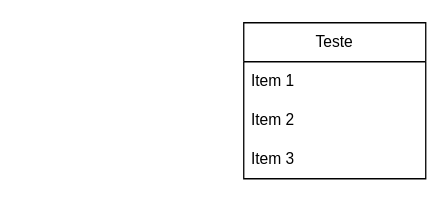
Earlier version of the draw.io diagram documentação/ideias/diagrama.drawio (Creath-Noite-A/Agendamento-Documentacao). Source tidied: cells renumbered, new cells numbered last; positions are measured from the earlier drawing's top-left corner, leaving out a move shared by most shapes. Both pictures are drawn from the tidied source at 130%, with x=0, y=0 at pixel (243, 22).
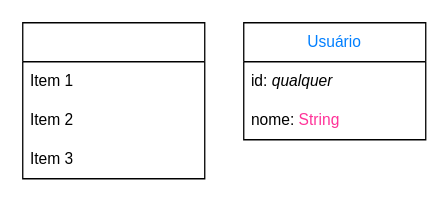
Above is the later version.

Diff of the diagram source:
```diff
@@
 <mxGraphModel>
   <root>
     <mxCell id="0" />
     <mxCell id="1" parent="0" />
-    <mxCell id="2" value="Teste" style="swimlane;fontStyle=0;horizontal=1;startSize=30;whiteSpace=wrap;html=1;" parent="1" vertex="1">
-      <mxGeometry width="140" height="120" as="geometry" />
+    <mxCell id="2" value="&lt;font color=&quot;#007fff&quot;&gt;Usuário&lt;/font&gt;" style="swimlane;fontStyle=0;horizontal=1;startSize=30;whiteSpace=wrap;html=1;" parent="1" vertex="1">
+      <mxGeometry width="140" height="90" as="geometry" />
     </mxCell>
-    <mxCell id="3" value="Item 1" style="text;strokeColor=none;fillColor=none;align=left;verticalAlign=middle;spacingLeft=4;spacingRight=4;overflow=hidden;whiteSpace=wrap;html=1;" parent="2" vertex="1">
+    <mxCell id="3" value="id: &lt;i&gt;qualquer&lt;/i&gt;" style="text;strokeColor=none;fillColor=none;align=left;verticalAlign=middle;spacingLeft=4;spacingRight=4;overflow=hidden;whiteSpace=wrap;html=1;" parent="2" vertex="1">
       <mxGeometry y="30" width="140" height="30" as="geometry" />
     </mxCell>
-    <mxCell id="4" value="Item 2" style="text;strokeColor=none;fillColor=none;align=left;verticalAlign=middle;spacingLeft=4;spacingRight=4;overflow=hidden;whiteSpace=wrap;html=1;" parent="2" vertex="1">
+    <mxCell id="4" value="nome: &lt;font color=&quot;#ff3399&quot;&gt;String&lt;/font&gt;" style="text;strokeColor=none;fillColor=none;align=left;verticalAlign=middle;spacingLeft=4;spacingRight=4;overflow=hidden;whiteSpace=wrap;html=1;" parent="2" vertex="1">
       <mxGeometry y="60" width="140" height="30" as="geometry" />
     </mxCell>
+    <mxCell id="6" style="swimlane;fontStyle=0;horizontal=1;startSize=30;whiteSpace=wrap;html=1;" parent="1" vertex="1">
+      <mxGeometry x="-170" width="140" height="120" as="geometry" />
+    </mxCell>
+    <mxCell id="7" value="Item 1" style="text;strokeColor=none;fillColor=none;align=left;verticalAlign=middle;spacingLeft=4;spacingRight=4;overflow=hidden;whiteSpace=wrap;html=1;" parent="6" vertex="1">
+      <mxGeometry y="30" width="140" height="30" as="geometry" />
+    </mxCell>
+    <mxCell id="8" value="Item 2" style="text;strokeColor=none;fillColor=none;align=left;verticalAlign=middle;spacingLeft=4;spacingRight=4;overflow=hidden;whiteSpace=wrap;html=1;" parent="6" vertex="1">
+      <mxGeometry y="60" width="140" height="30" as="geometry" />
+    </mxCell>
-    <mxCell id="5" value="Item 3" style="text;strokeColor=none;fillColor=none;align=left;verticalAlign=middle;spacingLeft=4;spacingRight=4;overflow=hidden;whiteSpace=wrap;html=1;" parent="2" vertex="1">
+    <mxCell id="5" value="Item 3" style="text;strokeColor=none;fillColor=none;align=left;verticalAlign=middle;spacingLeft=4;spacingRight=4;overflow=hidden;whiteSpace=wrap;html=1;" parent="6" vertex="1">
       <mxGeometry y="90" width="140" height="30" as="geometry" />
     </mxCell>
   </root>
 </mxGraphModel>
```
